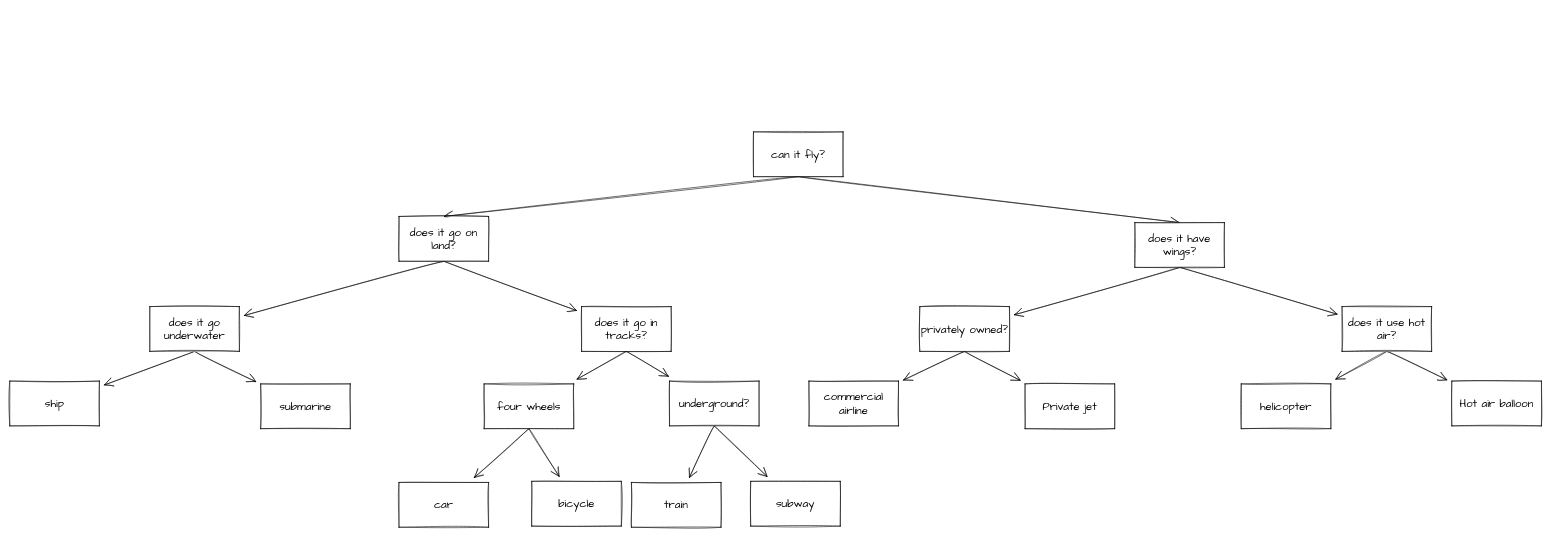
dskleoshrw/get keeps this draw.io diagram as tree Diagram.drawio. Above is the earlier version. Source tidied: cells renumbered, new cells numbered last; positions are measured from the earlier drawing's top-left corner, leaving out a move shared by most shapes. Both pictures are drawn from the tidied source at 56%, with x=0, y=0 at pixel (10, 132).
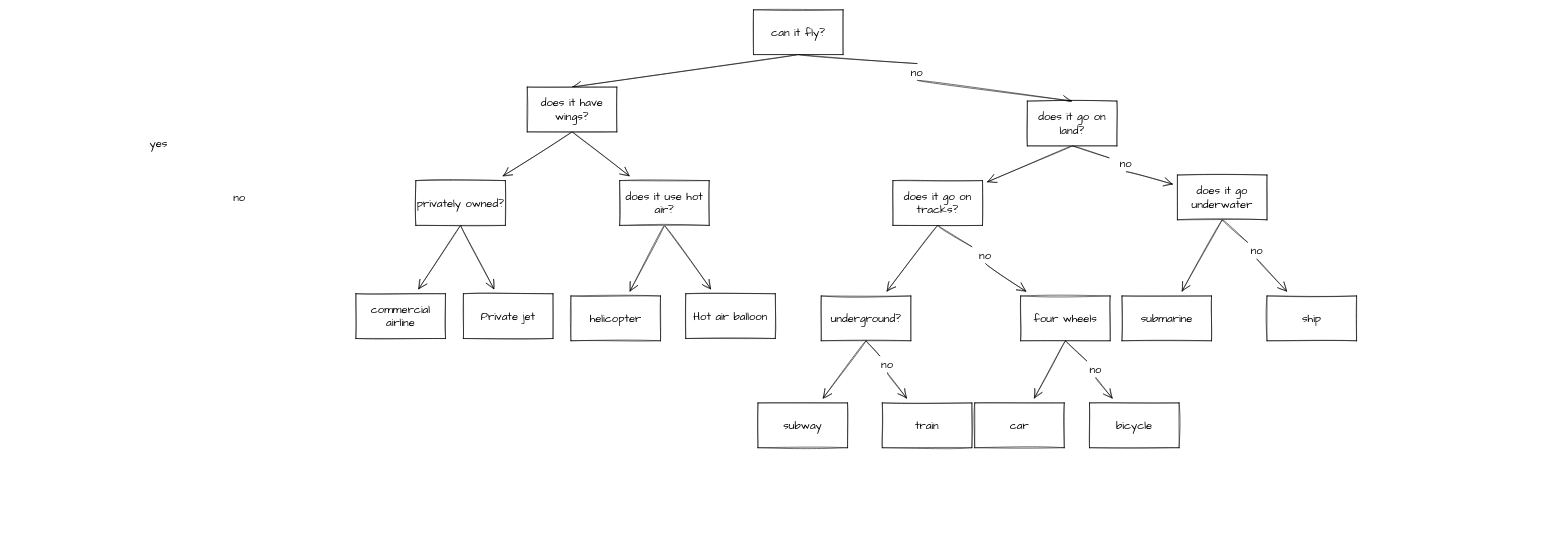
The same diagram, later.

What changed in the source:
```diff
@@
-    <mxCell id="2" style="edgeStyle=none;curved=1;rounded=0;sketch=1;hachureGap=4;jettySize=auto;html=1;exitX=0.5;exitY=1;exitDx=0;exitDy=0;entryX=0.5;entryY=0;entryDx=0;entryDy=0;fontFamily=Architects Daughter;fontSize=16;endArrow=open;startSize=14;endSize=14;sourcePerimeterSpacing=8;targetPerimeterSpacing=8;" parent="1" edge="1" source="4" target="7">
+    <mxCell id="2" style="edgeStyle=none;curved=1;rounded=0;sketch=1;hachureGap=4;jettySize=auto;html=1;exitX=0.5;exitY=1;exitDx=0;exitDy=0;entryX=0.5;entryY=0;entryDx=0;entryDy=0;fontFamily=Architects Daughter;fontSize=16;endArrow=open;startSize=14;endSize=14;targetPerimeterSpacing=8;startArrow=none;" parent="1" edge="1" source="40" target="7">
       <mxGeometry relative="1" as="geometry" />
     </mxCell>
@@
     <mxCell id="4" value="can it fly?" style="rounded=0;whiteSpace=wrap;html=1;sketch=1;hachureGap=4;fontFamily=Architects Daughter;fontSize=20;" parent="1" vertex="1">
-      <mxGeometry x="1328" width="160" height="80" as="geometry" />
+      <mxGeometry x="1328" y="-218" width="160" height="80" as="geometry" />
     </mxCell>
-    <mxCell id="5" style="edgeStyle=none;curved=1;rounded=0;sketch=1;hachureGap=4;jettySize=auto;html=1;exitX=0.5;exitY=1;exitDx=0;exitDy=0;fontFamily=Architects Daughter;fontSize=16;endArrow=open;startSize=14;endSize=14;sourcePerimeterSpacing=8;targetPerimeterSpacing=8;" parent="1" edge="1" source="7" target="23">
+    <mxCell id="5" style="edgeStyle=none;curved=1;rounded=0;sketch=1;hachureGap=4;jettySize=auto;html=1;exitX=0.5;exitY=1;exitDx=0;exitDy=0;fontFamily=Architects Daughter;fontSize=16;endArrow=open;startSize=14;endSize=14;targetPerimeterSpacing=8;startArrow=none;" parent="1" edge="1" source="42" target="23">
       <mxGeometry relative="1" as="geometry" />
     </mxCell>
@@
     <mxCell id="7" value="does it go on land?" style="rounded=0;whiteSpace=wrap;html=1;sketch=1;hachureGap=4;fontFamily=Architects Daughter;fontSize=20;" parent="1" vertex="1">
-      <mxGeometry x="695" y="151" width="160" height="80" as="geometry" />
+      <mxGeometry x="1817" y="-55" width="160" height="80" as="geometry" />
     </mxCell>
@@
     <mxCell id="10" value="does it have wings?" style="rounded=0;whiteSpace=wrap;html=1;sketch=1;hachureGap=4;fontFamily=Architects Daughter;fontSize=20;" parent="1" vertex="1">
-      <mxGeometry x="2009" y="162" width="160" height="80" as="geometry" />
+      <mxGeometry x="924" y="-80" width="160" height="80" as="geometry" />
     </mxCell>
@@
     <mxCell id="13" value="does it use hot air?" style="rounded=0;whiteSpace=wrap;html=1;sketch=1;hachureGap=4;fontFamily=Architects Daughter;fontSize=20;" parent="1" vertex="1">
-      <mxGeometry x="2379" y="312" width="160" height="80" as="geometry" />
+      <mxGeometry x="1089" y="87" width="160" height="80" as="geometry" />
     </mxCell>
     <mxCell id="14" value="Hot air balloon" style="rounded=0;whiteSpace=wrap;html=1;sketch=1;hachureGap=4;fontFamily=Architects Daughter;fontSize=20;" parent="1" vertex="1">
-      <mxGeometry x="2575" y="445" width="160" height="80" as="geometry" />
+      <mxGeometry x="1207" y="289" width="160" height="80" as="geometry" />
     </mxCell>
     <mxCell id="15" value="helicopter" style="rounded=0;whiteSpace=wrap;html=1;sketch=1;hachureGap=4;fontFamily=Architects Daughter;fontSize=20;" parent="1" vertex="1">
-      <mxGeometry x="2199" y="450" width="160" height="80" as="geometry" />
+      <mxGeometry x="1002" y="293" width="160" height="80" as="geometry" />
     </mxCell>
@@
     <mxCell id="18" value="privately owned?" style="rounded=0;whiteSpace=wrap;html=1;sketch=1;hachureGap=4;fontFamily=Architects Daughter;fontSize=20;" parent="1" vertex="1">
-      <mxGeometry x="1625" y="312" width="160" height="80" as="geometry" />
+      <mxGeometry x="725" y="87" width="160" height="80" as="geometry" />
     </mxCell>
     <mxCell id="19" value="commercial airline" style="rounded=0;whiteSpace=wrap;html=1;sketch=1;hachureGap=4;fontFamily=Architects Daughter;fontSize=20;" parent="1" vertex="1">
-      <mxGeometry x="1427" y="445" width="160" height="80" as="geometry" />
+      <mxGeometry x="618" y="289" width="160" height="80" as="geometry" />
     </mxCell>
     <mxCell id="20" value="Private jet" style="rounded=0;whiteSpace=wrap;html=1;sketch=1;hachureGap=4;fontFamily=Architects Daughter;fontSize=20;" parent="1" vertex="1">
-      <mxGeometry x="1813" y="450" width="160" height="80" as="geometry" />
+      <mxGeometry x="810" y="289" width="160" height="80" as="geometry" />
     </mxCell>
-    <mxCell id="21" style="edgeStyle=none;curved=1;rounded=0;sketch=1;hachureGap=4;jettySize=auto;html=1;exitX=0.5;exitY=1;exitDx=0;exitDy=0;fontFamily=Architects Daughter;fontSize=16;endArrow=open;startSize=14;endSize=14;sourcePerimeterSpacing=8;targetPerimeterSpacing=8;" parent="1" edge="1" source="23" target="24">
+    <mxCell id="21" style="edgeStyle=none;curved=1;rounded=0;sketch=1;hachureGap=4;jettySize=auto;html=1;exitX=0.5;exitY=1;exitDx=0;exitDy=0;fontFamily=Architects Daughter;fontSize=16;endArrow=open;startSize=14;endSize=14;targetPerimeterSpacing=8;startArrow=none;" parent="1" edge="1" source="44" target="24">
       <mxGeometry relative="1" as="geometry" />
     </mxCell>
@@
     <mxCell id="23" value="does it go underwater" style="rounded=0;whiteSpace=wrap;html=1;sketch=1;hachureGap=4;fontFamily=Architects Daughter;fontSize=20;" parent="1" vertex="1">
-      <mxGeometry x="250" y="312" width="160" height="80" as="geometry" />
+      <mxGeometry x="2085" y="77" width="160" height="80" as="geometry" />
     </mxCell>
     <mxCell id="24" value="ship" style="rounded=0;whiteSpace=wrap;html=1;sketch=1;hachureGap=4;fontFamily=Architects Daughter;fontSize=20;" parent="1" vertex="1">
-      <mxGeometry y="445" width="160" height="80" as="geometry" />
+      <mxGeometry x="2245" y="293" width="160" height="80" as="geometry" />
     </mxCell>
     <mxCell id="25" value="submarine" style="rounded=0;whiteSpace=wrap;html=1;sketch=1;hachureGap=4;fontFamily=Architects Daughter;fontSize=20;" parent="1" vertex="1">
-      <mxGeometry x="448" y="450" width="160" height="80" as="geometry" />
+      <mxGeometry x="1986" y="293" width="160" height="80" as="geometry" />
     </mxCell>
@@
-    <mxCell id="27" style="edgeStyle=none;curved=1;rounded=0;sketch=1;hachureGap=4;jettySize=auto;html=1;exitX=0.5;exitY=1;exitDx=0;exitDy=0;fontFamily=Architects Daughter;fontSize=16;endArrow=open;startSize=14;endSize=14;sourcePerimeterSpacing=8;targetPerimeterSpacing=8;" parent="1" edge="1" source="28" target="36">
+    <mxCell id="27" style="edgeStyle=none;curved=1;rounded=0;sketch=1;hachureGap=4;jettySize=auto;html=1;exitX=0.5;exitY=1;exitDx=0;exitDy=0;fontFamily=Architects Daughter;fontSize=16;endArrow=open;startSize=14;endSize=14;targetPerimeterSpacing=8;startArrow=none;" parent="1" edge="1" source="46" target="36">
       <mxGeometry relative="1" as="geometry" />
     </mxCell>
-    <mxCell id="28" value="does it go in tracks?" style="rounded=0;whiteSpace=wrap;html=1;sketch=1;hachureGap=4;fontFamily=Architects Daughter;fontSize=20;" parent="1" vertex="1">
-      <mxGeometry x="1021" y="312" width="160" height="80" as="geometry" />
+    <mxCell id="28" value="does it go on tracks?" style="rounded=0;whiteSpace=wrap;html=1;sketch=1;hachureGap=4;fontFamily=Architects Daughter;fontSize=20;" parent="1" vertex="1">
+      <mxGeometry x="1577" y="87" width="160" height="80" as="geometry" />
     </mxCell>
@@
-    <mxCell id="30" style="edgeStyle=none;curved=1;rounded=0;sketch=1;hachureGap=4;jettySize=auto;html=1;exitX=0.5;exitY=1;exitDx=0;exitDy=0;fontFamily=Architects Daughter;fontSize=16;endArrow=open;startSize=14;endSize=14;sourcePerimeterSpacing=8;targetPerimeterSpacing=8;" parent="1" edge="1" source="31" target="33">
+    <mxCell id="30" style="edgeStyle=none;curved=1;rounded=0;sketch=1;hachureGap=4;jettySize=auto;html=1;exitX=0.5;exitY=1;exitDx=0;exitDy=0;fontFamily=Architects Daughter;fontSize=16;endArrow=open;startSize=14;endSize=14;targetPerimeterSpacing=8;startArrow=none;" parent="1" edge="1" source="51" target="33">
       <mxGeometry relative="1" as="geometry" />
     </mxCell>
     <mxCell id="31" value="underground?" style="rounded=0;whiteSpace=wrap;html=1;sketch=1;hachureGap=4;fontFamily=Architects Daughter;fontSize=20;" parent="1" vertex="1">
-      <mxGeometry x="1178" y="445" width="160" height="80" as="geometry" />
+      <mxGeometry x="1449" y="293" width="160" height="80" as="geometry" />
     </mxCell>
     <mxCell id="32" value="subway" style="rounded=0;whiteSpace=wrap;html=1;sketch=1;hachureGap=4;fontFamily=Architects Daughter;fontSize=20;" parent="1" vertex="1">
-      <mxGeometry x="1323" y="624" width="160" height="80" as="geometry" />
+      <mxGeometry x="1336" y="484" width="160" height="80" as="geometry" />
     </mxCell>
     <mxCell id="33" value="train" style="rounded=0;whiteSpace=wrap;html=1;sketch=1;hachureGap=4;fontFamily=Architects Daughter;fontSize=20;" parent="1" vertex="1">
-      <mxGeometry x="1110" y="626" width="160" height="80" as="geometry" />
+      <mxGeometry x="1558" y="484" width="160" height="80" as="geometry" />
     </mxCell>
@@
-    <mxCell id="35" style="edgeStyle=none;curved=1;rounded=0;sketch=1;hachureGap=4;jettySize=auto;html=1;exitX=0.5;exitY=1;exitDx=0;exitDy=0;fontFamily=Architects Daughter;fontSize=16;endArrow=open;startSize=14;endSize=14;sourcePerimeterSpacing=8;targetPerimeterSpacing=8;" parent="1" edge="1" source="36" target="38">
+    <mxCell id="35" style="edgeStyle=none;curved=1;rounded=0;sketch=1;hachureGap=4;jettySize=auto;html=1;exitX=0.5;exitY=1;exitDx=0;exitDy=0;fontFamily=Architects Daughter;fontSize=16;endArrow=open;startSize=14;endSize=14;targetPerimeterSpacing=8;startArrow=none;" parent="1" edge="1" source="49" target="38">
       <mxGeometry relative="1" as="geometry" />
     </mxCell>
     <mxCell id="36" value="four wheels" style="rounded=0;whiteSpace=wrap;html=1;sketch=1;hachureGap=4;fontFamily=Architects Daughter;fontSize=20;" parent="1" vertex="1">
-      <mxGeometry x="847" y="450" width="160" height="80" as="geometry" />
+      <mxGeometry x="1805" y="293" width="160" height="80" as="geometry" />
     </mxCell>
     <mxCell id="37" value="car" style="rounded=0;whiteSpace=wrap;html=1;sketch=1;hachureGap=4;fontFamily=Architects Daughter;fontSize=20;" parent="1" vertex="1">
-      <mxGeometry x="695" y="626" width="160" height="80" as="geometry" />
+      <mxGeometry x="1723" y="484" width="160" height="80" as="geometry" />
     </mxCell>
     <mxCell id="38" value="bicycle" style="rounded=0;whiteSpace=wrap;html=1;sketch=1;hachureGap=4;fontFamily=Architects Daughter;fontSize=20;" parent="1" vertex="1">
-      <mxGeometry x="932" y="624" width="160" height="80" as="geometry" />
+      <mxGeometry x="1928" y="484" width="160" height="80" as="geometry" />
     </mxCell>
+    <mxCell id="39" value="yes" style="text;strokeColor=none;fillColor=none;html=1;align=center;verticalAlign=middle;whiteSpace=wrap;rounded=0;sketch=1;hachureGap=4;fontFamily=Architects Daughter;fontSize=20;" parent="1" vertex="1">
+      <mxGeometry x="236" y="6" width="60" height="30" as="geometry" />
+    </mxCell>
+    <mxCell id="40" value="no" style="text;strokeColor=none;fillColor=none;html=1;align=center;verticalAlign=middle;whiteSpace=wrap;rounded=0;sketch=1;hachureGap=4;fontFamily=Architects Daughter;fontSize=20;" parent="1" vertex="1">
+      <mxGeometry x="1590" y="-122" width="60" height="30" as="geometry" />
+    </mxCell>
+    <mxCell id="41" style="edgeStyle=none;curved=1;rounded=0;sketch=1;hachureGap=4;jettySize=auto;html=1;exitX=0.5;exitY=1;exitDx=0;exitDy=0;entryX=0.5;entryY=0;entryDx=0;entryDy=0;fontFamily=Architects Daughter;fontSize=16;endArrow=none;startSize=14;endSize=14;sourcePerimeterSpacing=8;" parent="1" edge="1" source="4" target="40">
+      <mxGeometry relative="1" as="geometry" />
+    </mxCell>
+    <mxCell id="42" value="no" style="text;strokeColor=none;fillColor=none;html=1;align=center;verticalAlign=middle;whiteSpace=wrap;rounded=0;sketch=1;hachureGap=4;fontFamily=Architects Daughter;fontSize=20;" parent="1" vertex="1">
+      <mxGeometry x="1963" y="41" width="60" height="30" as="geometry" />
+    </mxCell>
+    <mxCell id="43" style="edgeStyle=none;curved=1;rounded=0;sketch=1;hachureGap=4;jettySize=auto;html=1;exitX=0.5;exitY=1;exitDx=0;exitDy=0;fontFamily=Architects Daughter;fontSize=16;endArrow=none;startSize=14;endSize=14;sourcePerimeterSpacing=8;" parent="1" edge="1" source="7" target="42">
+      <mxGeometry relative="1" as="geometry" />
+    </mxCell>
+    <mxCell id="44" value="no" style="text;strokeColor=none;fillColor=none;html=1;align=center;verticalAlign=middle;whiteSpace=wrap;rounded=0;sketch=1;hachureGap=4;fontFamily=Architects Daughter;fontSize=20;" parent="1" vertex="1">
+      <mxGeometry x="2197" y="197" width="60" height="30" as="geometry" />
+    </mxCell>
+    <mxCell id="45" style="edgeStyle=none;curved=1;rounded=0;sketch=1;hachureGap=4;jettySize=auto;html=1;exitX=0.5;exitY=1;exitDx=0;exitDy=0;fontFamily=Architects Daughter;fontSize=16;endArrow=none;startSize=14;endSize=14;sourcePerimeterSpacing=8;" parent="1" edge="1" source="23" target="44">
+      <mxGeometry relative="1" as="geometry" />
+    </mxCell>
+    <mxCell id="46" value="no" style="text;strokeColor=none;fillColor=none;html=1;align=center;verticalAlign=middle;whiteSpace=wrap;rounded=0;sketch=1;hachureGap=4;fontFamily=Architects Daughter;fontSize=20;" parent="1" vertex="1">
+      <mxGeometry x="1712" y="205" width="60" height="30" as="geometry" />
+    </mxCell>
+    <mxCell id="47" style="edgeStyle=none;curved=1;rounded=0;sketch=1;hachureGap=4;jettySize=auto;html=1;exitX=0.5;exitY=1;exitDx=0;exitDy=0;fontFamily=Architects Daughter;fontSize=16;endArrow=none;startSize=14;endSize=14;sourcePerimeterSpacing=8;" parent="1" edge="1" source="28" target="46">
+      <mxGeometry relative="1" as="geometry" />
+    </mxCell>
+    <mxCell id="48" value="no" style="text;strokeColor=none;fillColor=none;html=1;align=center;verticalAlign=middle;whiteSpace=wrap;rounded=0;sketch=1;hachureGap=4;fontFamily=Architects Daughter;fontSize=20;" parent="1" vertex="1">
+      <mxGeometry x="380" y="102" width="60" height="30" as="geometry" />
+    </mxCell>
+    <mxCell id="49" value="no" style="text;strokeColor=none;fillColor=none;html=1;align=center;verticalAlign=middle;whiteSpace=wrap;rounded=0;sketch=1;hachureGap=4;fontFamily=Architects Daughter;fontSize=20;" parent="1" vertex="1">
+      <mxGeometry x="1909" y="409" width="60" height="30" as="geometry" />
+    </mxCell>
+    <mxCell id="50" style="edgeStyle=none;curved=1;rounded=0;sketch=1;hachureGap=4;jettySize=auto;html=1;exitX=0.5;exitY=1;exitDx=0;exitDy=0;fontFamily=Architects Daughter;fontSize=16;endArrow=none;startSize=14;endSize=14;sourcePerimeterSpacing=8;" parent="1" edge="1" source="36" target="49">
+      <mxGeometry relative="1" as="geometry" />
+    </mxCell>
+    <mxCell id="51" value="no" style="text;strokeColor=none;fillColor=none;html=1;align=center;verticalAlign=middle;whiteSpace=wrap;rounded=0;sketch=1;hachureGap=4;fontFamily=Architects Daughter;fontSize=20;" parent="1" vertex="1">
+      <mxGeometry x="1537" y="400" width="60" height="30" as="geometry" />
+    </mxCell>
+    <mxCell id="52" style="edgeStyle=none;curved=1;rounded=0;sketch=1;hachureGap=4;jettySize=auto;html=1;exitX=0.5;exitY=1;exitDx=0;exitDy=0;fontFamily=Architects Daughter;fontSize=16;endArrow=none;startSize=14;endSize=14;sourcePerimeterSpacing=8;" parent="1" edge="1" source="31" target="51">
+      <mxGeometry relative="1" as="geometry" />
+    </mxCell>
```
